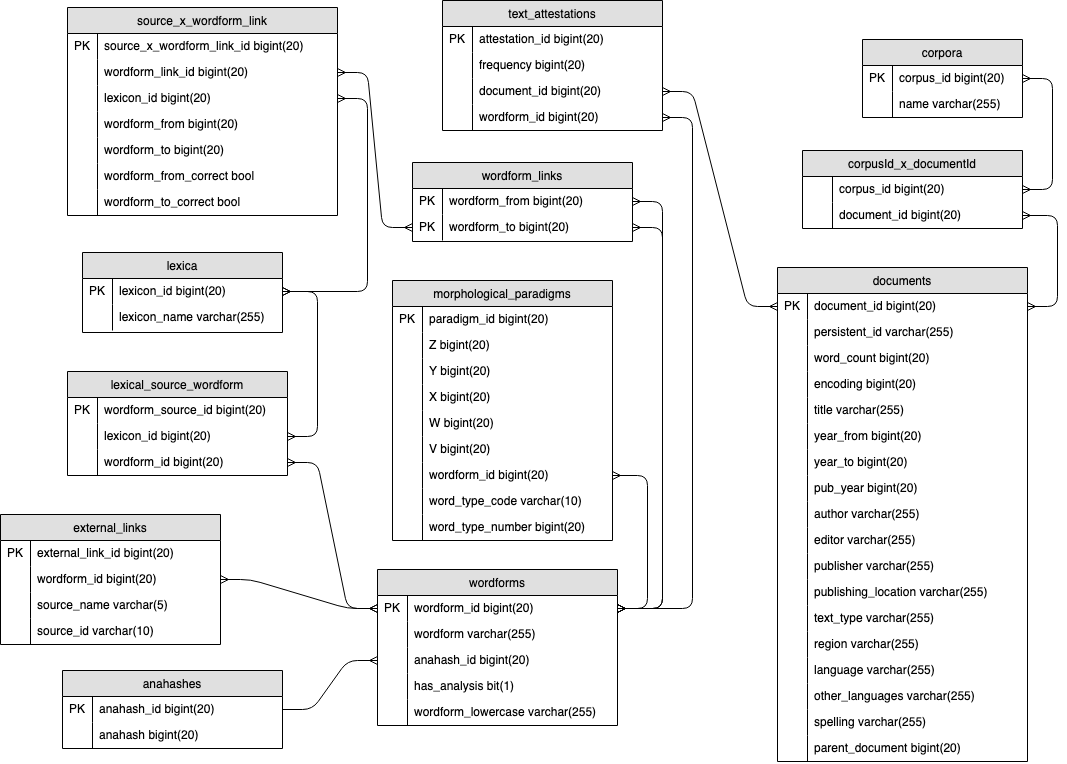
This is img/ticclat.png from TICCLAT/docs, a draw.io export, as it was before one commit. Source tidied: cells renumbered, new cells last; positions are measured from the earlier drawing's top-left corner, leaving out a move shared by most shapes.
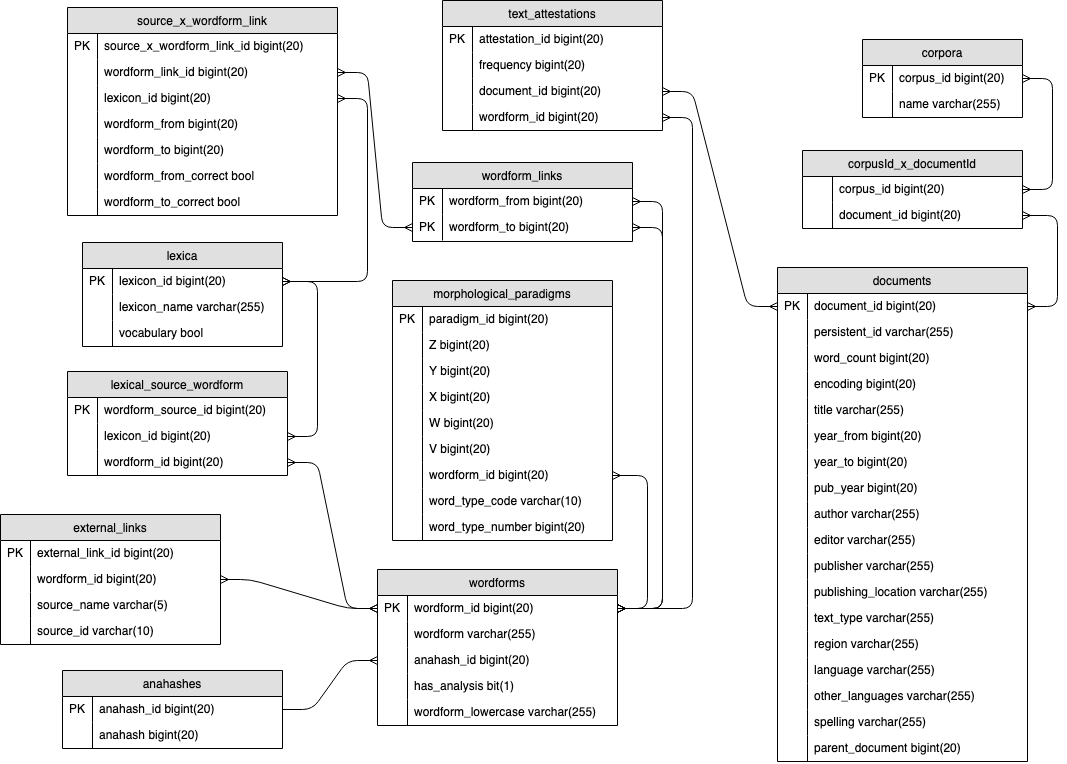
After the commit.

Commit message:
Add vocabulary to lexicon schema

The edit, as a diff of the source:
```diff
@@ -144,7 +144,7 @@
       <mxGeometry width="30" height="26" as="geometry" />
     </mxCell>
     <mxCell id="49" value="lexica" style="swimlane;fontStyle=0;horizontal=1;startSize=26;fillColor=#e0e0e0;swimlaneFillColor=#ffffff;align=center;" parent="1" vertex="1">
-      <mxGeometry x="82" y="252" width="200" height="80" as="geometry" />
+      <mxGeometry x="82" y="242" width="200" height="104" as="geometry" />
     </mxCell>
     <mxCell id="50" value="lexicon_id bigint(20) " style="shape=partialRectangle;top=0;left=0;right=0;bottom=0;align=left;verticalAlign=top;spacingTop=-2;fillColor=none;spacingLeft=34;spacingRight=4;overflow=hidden;points=[[0,0.5],[1,0.5]];portConstraint=eastwest;" parent="49" vertex="1">
       <mxGeometry y="26" width="200" height="26" as="geometry" />
@@ -158,6 +158,12 @@
     <mxCell id="53" style="shape=partialRectangle;top=0;left=0;bottom=0;fillColor=none;align=left;verticalAlign=middle;spacingLeft=4;spacingRight=4;overflow=hidden;" parent="52" vertex="1">
       <mxGeometry width="30" height="26" as="geometry" />
     </mxCell>
+    <mxCell id="147" value="vocabulary bool" style="shape=partialRectangle;top=0;left=0;right=0;bottom=0;align=left;verticalAlign=top;spacingTop=-2;fillColor=none;spacingLeft=34;spacingRight=4;overflow=hidden;" parent="49" vertex="1">
+      <mxGeometry y="78" width="200" height="26" as="geometry" />
+    </mxCell>
+    <mxCell id="148" style="shape=partialRectangle;top=0;left=0;bottom=0;fillColor=none;align=left;verticalAlign=middle;spacingLeft=4;spacingRight=4;overflow=hidden;" parent="147" vertex="1">
+      <mxGeometry width="30" height="26" as="geometry" />
+    </mxCell>
     <mxCell id="54" value="lexical_source_wordform" style="swimlane;fontStyle=0;horizontal=1;startSize=26;fillColor=#e0e0e0;swimlaneFillColor=#ffffff;align=center;" parent="1" vertex="1">
       <mxGeometry x="67" y="371" width="220" height="104" as="geometry" />
     </mxCell>
```
